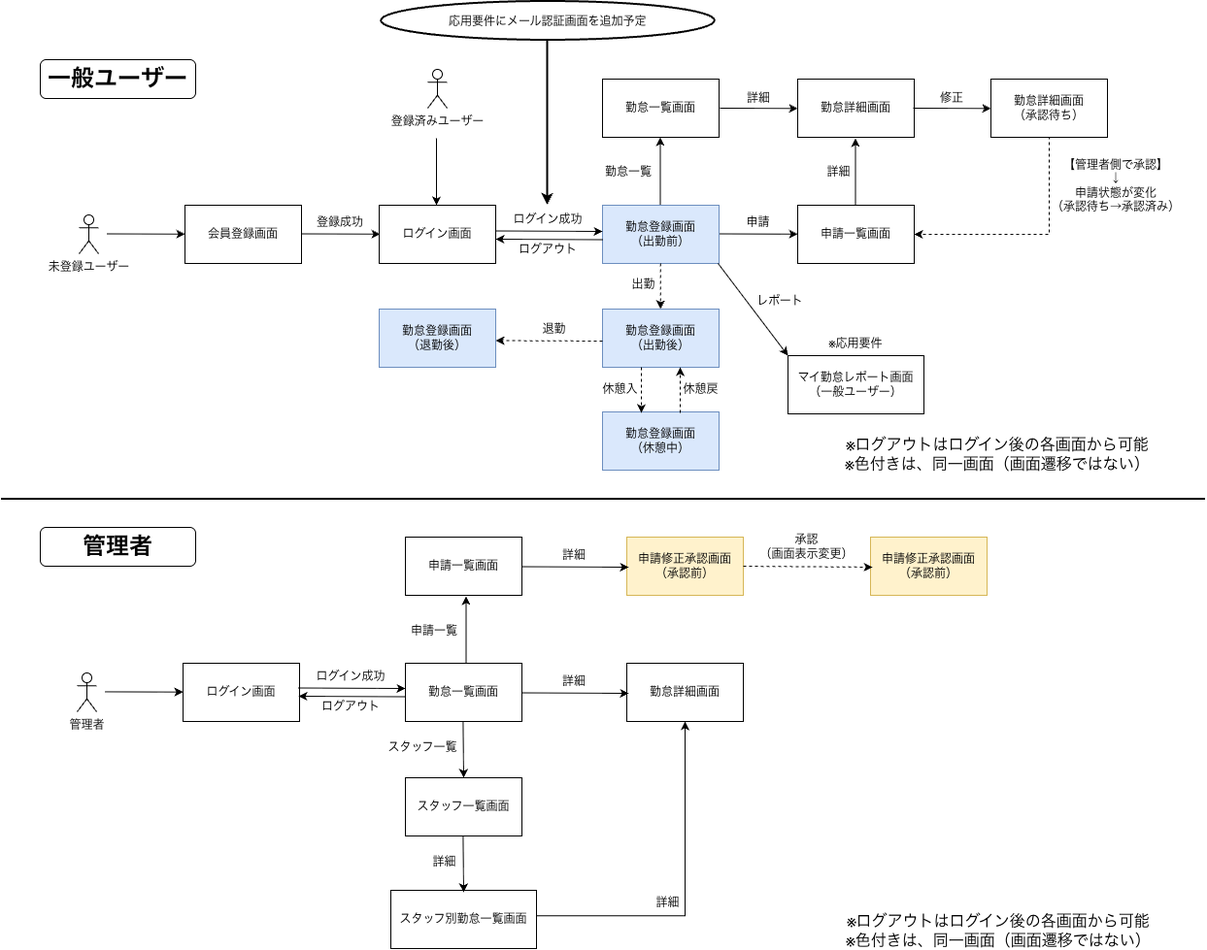
Satoshi-Kamoshida/attendance-app keeps this draw.io diagram as docs/勤怠管理システム_画面遷移図.drawio.png. Above is the earlier version. Source tidied: cells renumbered, new cells last; positions are measured from the earlier drawing's top-left corner, leaving out a move shared by most shapes.
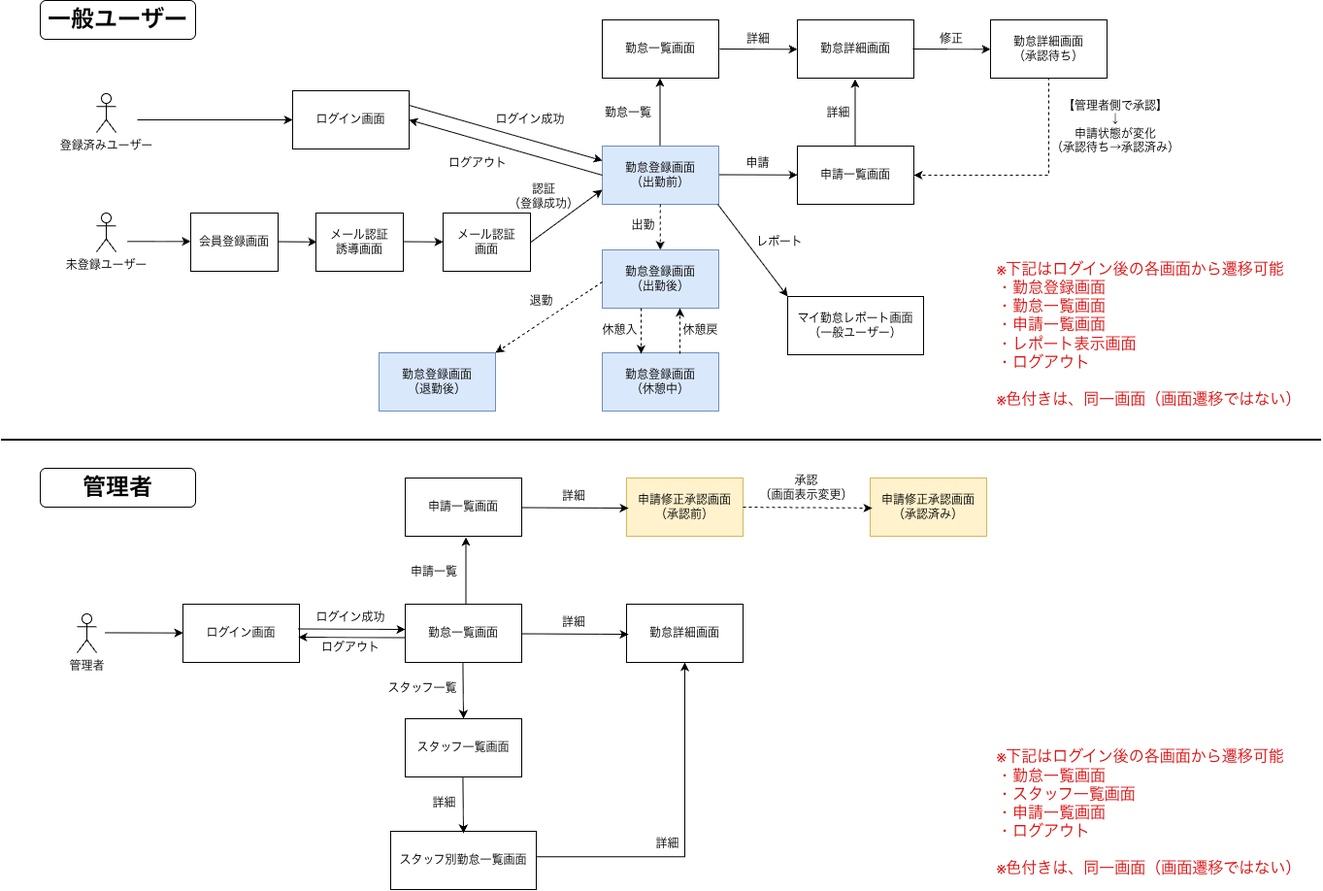
Later version of the same file.

The edit, as a diff of the source:
```diff
@@ -3,10 +3,10 @@
     <mxCell id="0" />
     <mxCell id="1" parent="0" />
     <mxCell id="2" value="会員登録画面" style="rounded=0;whiteSpace=wrap;html=1;" parent="1" vertex="1">
-      <mxGeometry x="189" y="210" width="120" height="60" as="geometry" />
+      <mxGeometry x="195" y="279" width="90" height="60" as="geometry" />
     </mxCell>
     <mxCell id="3" value="ログイン画面" style="rounded=0;whiteSpace=wrap;html=1;" parent="1" vertex="1">
-      <mxGeometry x="389" y="210" width="120" height="60" as="geometry" />
+      <mxGeometry x="300" y="153" width="120" height="60" as="geometry" />
     </mxCell>
     <mxCell id="4" value="勤怠登録画面&lt;div&gt;（出勤前）&lt;/div&gt;" style="rounded=0;whiteSpace=wrap;html=1;fillColor=#dae8fc;strokeColor=#6c8ebf;" parent="1" vertex="1">
       <mxGeometry x="619" y="210" width="120" height="60" as="geometry" />
@@ -44,41 +44,34 @@
     <mxCell id="15" value="マイ勤怠レポート画面&lt;div&gt;（一般ユーザー）&lt;/div&gt;" style="rounded=0;whiteSpace=wrap;html=1;" parent="1" vertex="1">
       <mxGeometry x="810" y="365" width="140" height="60" as="geometry" />
     </mxCell>
-    <mxCell id="16" value="未登録ユーザー" style="shape=umlActor;verticalLabelPosition=bottom;verticalAlign=top;html=1;fontSize=12;" parent="1" vertex="1">
-      <mxGeometry x="80" y="220" width="20" height="40" as="geometry" />
-    </mxCell>
     <mxCell id="17" style="endArrow=classic;html=1;rounded=0;" parent="1" edge="1">
       <mxGeometry relative="1" as="geometry">
-        <mxPoint x="109" y="239.5" as="sourcePoint" />
-        <mxPoint x="189" y="239.8" as="targetPoint" />
+        <mxPoint x="130" y="308.3" as="sourcePoint" />
+        <mxPoint x="195" y="308.3" as="targetPoint" />
       </mxGeometry>
     </mxCell>
     <mxCell id="18" value="登録済みユーザー" style="shape=umlActor;verticalLabelPosition=bottom;verticalAlign=top;html=1;fontSize=12;" parent="1" vertex="1">
-      <mxGeometry x="439" y="70" width="20" height="40" as="geometry" />
+      <mxGeometry x="98" y="156" width="20" height="40" as="geometry" />
     </mxCell>
-    <mxCell id="19" value="登録成功" style="text;html=1;whiteSpace=wrap;strokeColor=none;fillColor=none;align=center;verticalAlign=middle;rounded=0;" parent="1" vertex="1">
-      <mxGeometry x="319" y="213" width="60" height="30" as="geometry" />
+    <mxCell id="19" value="&lt;div&gt;&lt;br&gt;&lt;/div&gt;認証&lt;br&gt;（登録成功）" style="text;html=1;whiteSpace=wrap;strokeColor=none;fillColor=none;align=center;verticalAlign=middle;rounded=0;" parent="1" vertex="1">
+      <mxGeometry x="519" y="240" width="80" height="30" as="geometry" />
     </mxCell>
-    <mxCell id="20" style="endArrow=classic;html=1;rounded=0;" parent="1" edge="1">
+    <mxCell id="20" style="endArrow=classic;html=1;rounded=0;entryX=0;entryY=0.75;entryDx=0;entryDy=0;" parent="1" edge="1" target="4">
       <mxGeometry relative="1" as="geometry">
-        <mxPoint x="310" y="239.5" as="sourcePoint" />
-        <mxPoint x="390" y="239.8" as="targetPoint" />
+        <mxPoint x="540" y="313" as="sourcePoint" />
       </mxGeometry>
     </mxCell>
     <mxCell id="21" style="endArrow=classic;html=1;rounded=0;" parent="1" edge="1">
       <mxGeometry relative="1" as="geometry">
-        <mxPoint x="448" y="141" as="sourcePoint" />
-        <mxPoint x="448" y="210" as="targetPoint" />
+        <mxPoint x="140" y="183" as="sourcePoint" />
+        <mxPoint x="300" y="183" as="targetPoint" />
       </mxGeometry>
     </mxCell>
-    <mxCell id="22" style="endArrow=classic;html=1;rounded=0;" parent="1" edge="1">
-      <mxGeometry relative="1" as="geometry">
-        <mxPoint x="509" y="236.5" as="sourcePoint" />
-        <mxPoint x="619" y="237" as="targetPoint" />
-      </mxGeometry>
+    <mxCell id="22" style="endArrow=classic;html=1;rounded=0;exitX=1;exitY=0.25;exitDx=0;exitDy=0;entryX=0;entryY=0.25;entryDx=0;entryDy=0;" parent="1" edge="1" source="3" target="4">
+      <mxGeometry relative="1" as="geometry" />
     </mxCell>
     <mxCell id="23" value="ログイン成功" style="text;html=1;whiteSpace=wrap;strokeColor=none;fillColor=none;align=center;verticalAlign=middle;rounded=0;" parent="1" vertex="1">
-      <mxGeometry x="518" y="210" width="90" height="30" as="geometry" />
+      <mxGeometry x="500" y="168" width="90" height="30" as="geometry" />
     </mxCell>
     <mxCell id="24" style="edgeStyle=orthogonalEdgeStyle;rounded=0;orthogonalLoop=1;jettySize=auto;html=1;dashed=1;" parent="1" edge="1">
       <mxGeometry relative="1" as="geometry">
@@ -93,7 +86,7 @@
       <mxGeometry x="619" y="423" width="120" height="60" as="geometry" />
     </mxCell>
     <mxCell id="27" value="勤怠登録画面&lt;div&gt;（退勤後）&lt;/div&gt;" style="rounded=0;whiteSpace=wrap;html=1;fillColor=#dae8fc;strokeColor=#6c8ebf;" parent="1" vertex="1">
-      <mxGeometry x="389" y="317" width="120" height="60" as="geometry" />
+      <mxGeometry x="389" y="423" width="120" height="60" as="geometry" />
     </mxCell>
     <mxCell id="28" value="出勤" style="text;html=1;whiteSpace=wrap;strokeColor=none;fillColor=none;align=center;verticalAlign=middle;rounded=0;" parent="1" vertex="1">
       <mxGeometry x="641" y="277" width="41" height="30" as="geometry" />
@@ -116,14 +109,13 @@
     <mxCell id="32" value="休憩戻" style="text;html=1;whiteSpace=wrap;strokeColor=none;fillColor=none;align=center;verticalAlign=middle;rounded=0;" parent="1" vertex="1">
       <mxGeometry x="700" y="385" width="41" height="30" as="geometry" />
     </mxCell>
-    <mxCell id="33" style="endArrow=classic;html=1;rounded=0;dashed=1;" parent="1" edge="1">
+    <mxCell id="33" style="endArrow=classic;html=1;rounded=0;dashed=1;entryX=1;entryY=0;entryDx=0;entryDy=0;" parent="1" edge="1" target="27">
       <mxGeometry relative="1" as="geometry">
         <mxPoint x="619" y="350" as="sourcePoint" />
-        <mxPoint x="509" y="349.5" as="targetPoint" />
       </mxGeometry>
     </mxCell>
     <mxCell id="34" value="退勤" style="text;html=1;whiteSpace=wrap;strokeColor=none;fillColor=none;align=center;verticalAlign=middle;rounded=0;" parent="1" vertex="1">
-      <mxGeometry x="549" y="323" width="41" height="30" as="geometry" />
+      <mxGeometry x="536" y="355" width="41" height="30" as="geometry" />
     </mxCell>
     <mxCell id="35" style="endArrow=classic;html=1;rounded=0;" parent="1" edge="1">
       <mxGeometry relative="1" as="geometry">
@@ -275,7 +267,7 @@
     <mxCell id="69" value="詳細" style="text;html=1;whiteSpace=wrap;strokeColor=none;fillColor=none;align=center;verticalAlign=middle;rounded=0;" parent="1" vertex="1">
       <mxGeometry x="545" y="556" width="90" height="30" as="geometry" />
     </mxCell>
-    <mxCell id="70" value="申請修正承認画面&lt;div&gt;（承認前）&lt;/div&gt;" style="rounded=0;whiteSpace=wrap;html=1;fillColor=#fff2cc;strokeColor=#d6b656;" parent="1" vertex="1">
+    <mxCell id="70" value="申請修正承認画面&lt;div&gt;（承認済み）&lt;/div&gt;" style="rounded=0;whiteSpace=wrap;html=1;fillColor=#fff2cc;strokeColor=#d6b656;" parent="1" vertex="1">
       <mxGeometry x="895" y="552" width="120" height="60" as="geometry" />
     </mxCell>
     <mxCell id="71" style="endArrow=classic;html=1;rounded=0;exitX=1;exitY=0.5;exitDx=0;exitDy=0;dashed=1;" parent="1" edge="1" source="14">
@@ -286,14 +278,11 @@
     <mxCell id="72" value="承認&lt;div&gt;（画面表示変更）&lt;/div&gt;" style="text;html=1;whiteSpace=wrap;strokeColor=none;fillColor=none;align=center;verticalAlign=middle;rounded=0;" parent="1" vertex="1">
       <mxGeometry x="775" y="547" width="109" height="30" as="geometry" />
     </mxCell>
-    <mxCell id="73" style="endArrow=classic;html=1;rounded=0;" parent="1" edge="1">
-      <mxGeometry relative="1" as="geometry">
-        <mxPoint x="619" y="245.5" as="sourcePoint" />
-        <mxPoint x="509" y="245" as="targetPoint" />
-      </mxGeometry>
+    <mxCell id="73" style="endArrow=classic;html=1;rounded=0;entryX=1;entryY=0.5;entryDx=0;entryDy=0;exitX=0;exitY=0.5;exitDx=0;exitDy=0;" parent="1" edge="1" source="4" target="3">
+      <mxGeometry relative="1" as="geometry" />
     </mxCell>
     <mxCell id="74" value="ログアウト" style="text;html=1;whiteSpace=wrap;strokeColor=none;fillColor=none;align=center;verticalAlign=middle;rounded=0;" parent="1" vertex="1">
-      <mxGeometry x="518" y="241" width="90" height="30" as="geometry" />
+      <mxGeometry x="446" y="213" width="90" height="30" as="geometry" />
     </mxCell>
     <mxCell id="75" style="endArrow=classic;html=1;rounded=0;" parent="1" edge="1">
       <mxGeometry relative="1" as="geometry">
@@ -313,29 +302,38 @@
     <mxCell id="78" value="ログアウト" style="text;html=1;whiteSpace=wrap;strokeColor=none;fillColor=none;align=center;verticalAlign=middle;rounded=0;" parent="1" vertex="1">
       <mxGeometry x="315" y="712" width="90" height="30" as="geometry" />
     </mxCell>
-    <mxCell id="79" value="※応用要件" style="text;html=1;whiteSpace=wrap;strokeColor=none;fillColor=none;align=center;verticalAlign=middle;rounded=0;" parent="1" vertex="1">
-      <mxGeometry x="850" y="338" width="60" height="30" as="geometry" />
-    </mxCell>
-    <mxCell id="80" style="endArrow=classic;html=1;rounded=0;strokeWidth=2;" parent="1" edge="1">
-      <mxGeometry relative="1" as="geometry">
-        <mxPoint x="562.5" y="40" as="sourcePoint" />
-        <mxPoint x="562.5" y="210" as="targetPoint" />
-      </mxGeometry>
-    </mxCell>
-    <mxCell id="81" value="応用要件にメール認証画面を追加予定" style="ellipse;whiteSpace=wrap;html=1;shapeInside=1;strokeWidth=2;" parent="1" vertex="1">
-      <mxGeometry x="391.2" width="343.5" height="40" as="geometry" />
-    </mxCell>
-    <mxCell id="82" value="※ログアウトはログイン後の各画面から可能&lt;div&gt;※色付きは、同一画面（画面遷移ではない）&lt;/div&gt;" style="text;html=1;whiteSpace=wrap;strokeColor=none;fillColor=none;align=center;verticalAlign=middle;rounded=0;fontSize=16;" parent="1" vertex="1">
-      <mxGeometry x="866" y="453" width="320" height="30" as="geometry" />
+    <mxCell id="82" value="※下記はログイン後の各画面から遷移可能&lt;div&gt;・勤怠登録画面&lt;/div&gt;&lt;div&gt;・勤怠一覧画面&lt;/div&gt;&lt;div&gt;・申請一覧画面&lt;/div&gt;&lt;div&gt;・レポート表示画面&lt;/div&gt;&lt;div&gt;・ログアウト&lt;/div&gt;&lt;div&gt;&lt;br&gt;&lt;/div&gt;&lt;div&gt;&lt;div&gt;※色付きは、同一画面（画面遷移ではない）&lt;/div&gt;&lt;/div&gt;" style="text;html=1;whiteSpace=wrap;strokeColor=none;fillColor=none;align=left;verticalAlign=middle;rounded=0;fontSize=16;labelBackgroundColor=none;fontColor=light-dark(#de0d0d, #ededed);" parent="1" vertex="1">
+      <mxGeometry x="1024" y="326" width="335" height="157" as="geometry" />
     </mxCell>
     <mxCell id="83" style="endArrow=none;html=1;rounded=0;strokeWidth=2;" parent="1" edge="1">
       <mxGeometry relative="1" as="geometry">
         <mxPoint y="513" as="sourcePoint" />
-        <mxPoint x="1240" y="513" as="targetPoint" />
+        <mxPoint x="1360" y="513" as="targetPoint" />
       </mxGeometry>
     </mxCell>
-    <mxCell id="84" value="※ログアウトはログイン後の各画面から可能&lt;div&gt;※色付きは、同一画面（画面遷移ではない）&lt;/div&gt;" style="text;html=1;whiteSpace=wrap;strokeColor=none;fillColor=none;align=center;verticalAlign=middle;rounded=0;fontSize=16;" parent="1" vertex="1">
-      <mxGeometry x="867" y="944" width="320" height="30" as="geometry" />
-    </mxCell>
+    <mxCell id="85" value="※下記はログイン後の各画面から遷移可能&lt;div&gt;・勤怠一覧画面&lt;/div&gt;&lt;div&gt;・スタッフ一覧画面&lt;/div&gt;&lt;div&gt;・申請一覧画面&lt;/div&gt;&lt;div&gt;・ログアウト&lt;/div&gt;&lt;div&gt;&lt;br&gt;&lt;/div&gt;&lt;div&gt;&lt;div&gt;※色付きは、同一画面（画面遷移ではない）&lt;/div&gt;&lt;/div&gt;" style="text;html=1;whiteSpace=wrap;strokeColor=none;fillColor=none;align=left;verticalAlign=middle;rounded=0;fontSize=16;labelBackgroundColor=none;fontColor=light-dark(#de0d0d, #ededed);" parent="1" vertex="1">
+      <mxGeometry x="1024" y="819" width="335" height="157" as="geometry" />
+    </mxCell>
+    <mxCell id="86" value="メール認証&lt;div&gt;誘導画面&lt;/div&gt;" style="rounded=0;whiteSpace=wrap;html=1;" parent="1" vertex="1">
+      <mxGeometry x="324" y="279" width="90" height="60" as="geometry" />
+    </mxCell>
+    <mxCell id="87" value="メール認証&lt;div&gt;画面&lt;/div&gt;" style="rounded=0;whiteSpace=wrap;html=1;" parent="1" vertex="1">
+      <mxGeometry x="455" y="279" width="90" height="60" as="geometry" />
+    </mxCell>
+    <mxCell id="88" style="endArrow=classic;html=1;rounded=0;" parent="1" edge="1">
+      <mxGeometry relative="1" as="geometry">
+        <mxPoint x="285" y="308.5" as="sourcePoint" />
+        <mxPoint x="325" y="308.8" as="targetPoint" />
+      </mxGeometry>
+    </mxCell>
+    <mxCell id="89" style="endArrow=classic;html=1;rounded=0;" parent="1" edge="1">
+      <mxGeometry relative="1" as="geometry">
+        <mxPoint x="415" y="308.5" as="sourcePoint" />
+        <mxPoint x="455" y="308.8" as="targetPoint" />
+      </mxGeometry>
+    </mxCell>
+    <mxCell id="16" value="未登録ユーザー" style="shape=umlActor;verticalLabelPosition=bottom;verticalAlign=top;html=1;fontSize=12;" parent="1" vertex="1">
+      <mxGeometry x="98" y="279" width="20" height="40" as="geometry" />
+    </mxCell>
   </root>
 </mxGraphModel>
```
